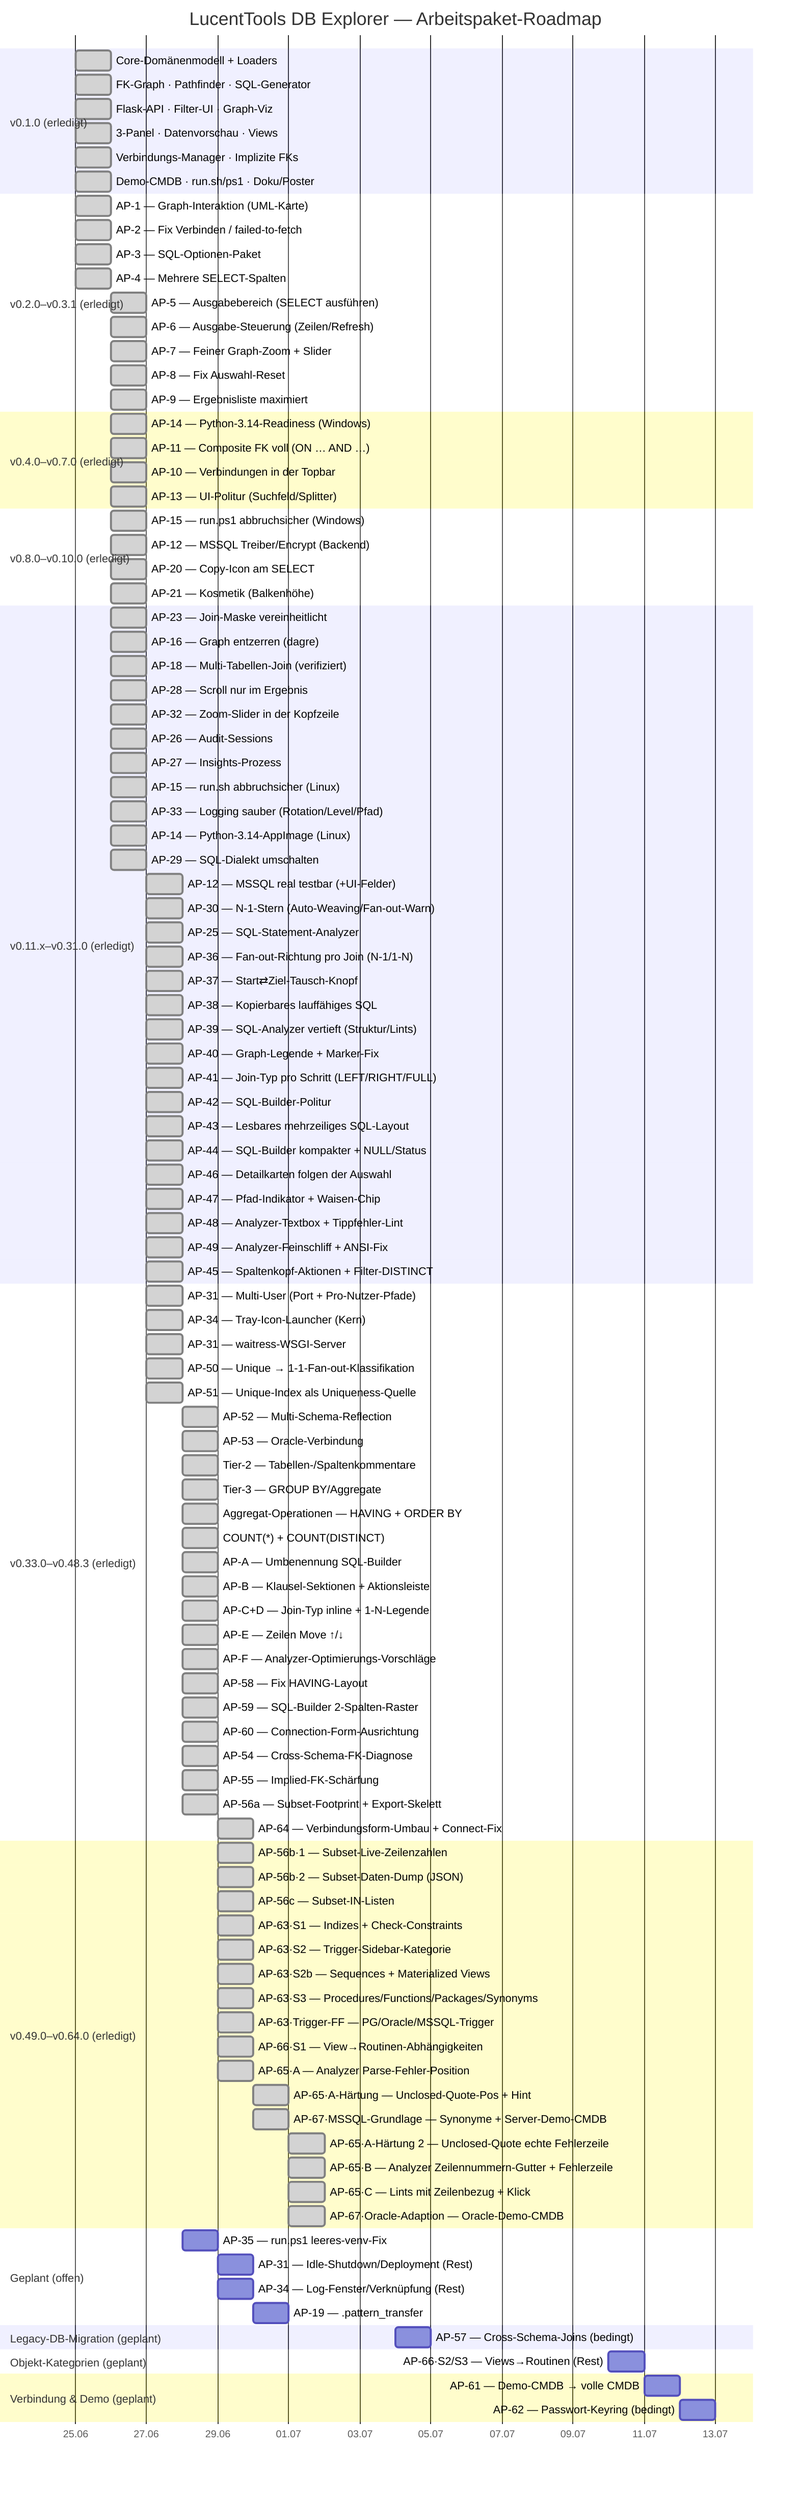
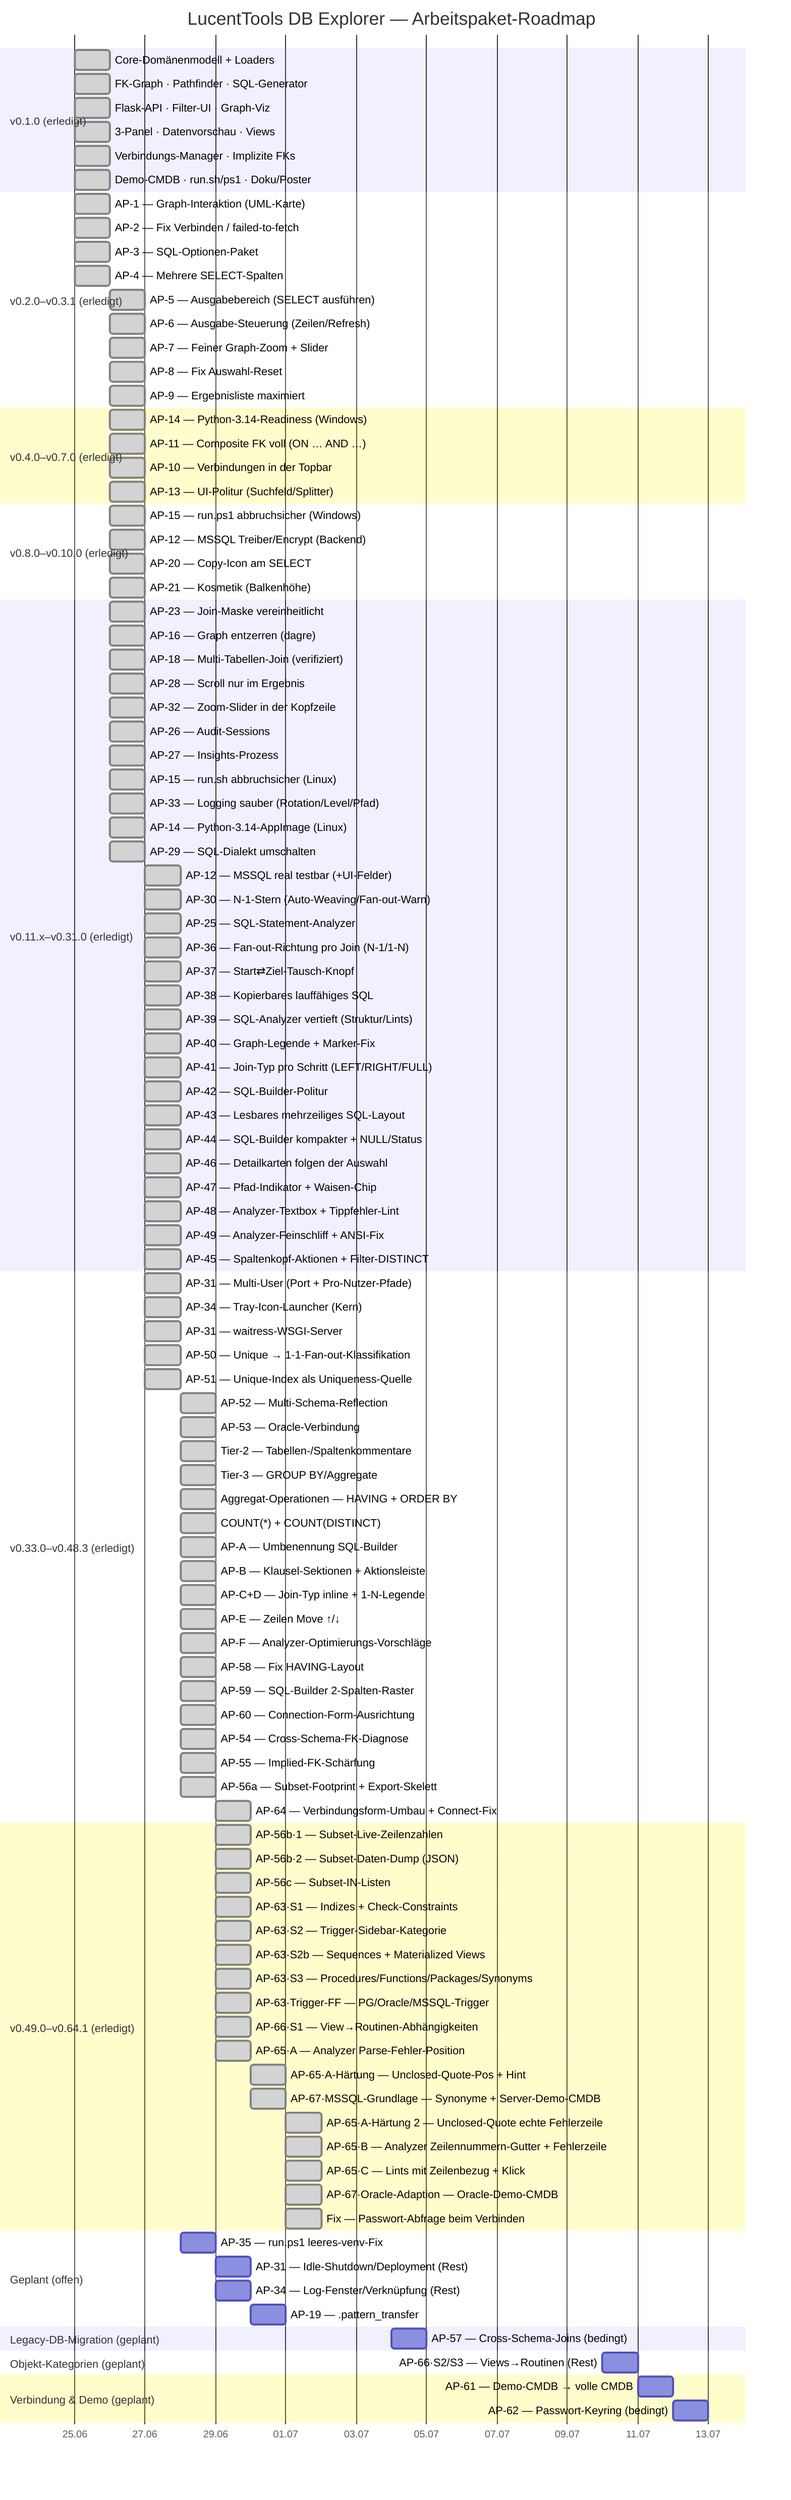
gantt
    title LucentTools DB Explorer — Arbeitspaket-Roadmap
    dateFormat  YYYY-MM-DD
    axisFormat  %d.%m

    section v0.1.0 (erledigt)
    Core-Domänenmodell + Loaders          :done, d1, 2026-06-25, 1d
    FK-Graph · Pathfinder · SQL-Generator :done, d2, 2026-06-25, 1d
    Flask-API · Filter-UI · Graph-Viz     :done, d3, 2026-06-25, 1d
    3-Panel · Datenvorschau · Views       :done, d4, 2026-06-25, 1d
    Verbindungs-Manager · Implizite FKs   :done, d5, 2026-06-25, 1d
    Demo-CMDB · run.sh/ps1 · Doku/Poster  :done, d6, 2026-06-25, 1d

    section v0.2.0–v0.3.1 (erledigt)
    AP-1 — Graph-Interaktion (UML-Karte)        :done, a1, 2026-06-25, 1d
    AP-2 — Fix Verbinden / failed-to-fetch      :done, a2, 2026-06-25, 1d
    AP-3 — SQL-Optionen-Paket                   :done, a3, 2026-06-25, 1d
    AP-4 — Mehrere SELECT-Spalten               :done, a4, 2026-06-25, 1d
    AP-5 — Ausgabebereich (SELECT ausführen)    :done, a5, 2026-06-26, 1d
    AP-6 — Ausgabe-Steuerung (Zeilen/Refresh)   :done, a6, 2026-06-26, 1d
    AP-7 — Feiner Graph-Zoom + Slider           :done, a7, 2026-06-26, 1d
    AP-8 — Fix Auswahl-Reset                    :done, a8, 2026-06-26, 1d
    AP-9 — Ergebnisliste maximiert              :done, a9, 2026-06-26, 1d

    section v0.4.0–v0.7.0 (erledigt)
    AP-14 — Python-3.14-Readiness (Windows)     :done, b1, 2026-06-26, 1d
    AP-11 — Composite FK voll (ON … AND …)      :done, b2, 2026-06-26, 1d
    AP-10 — Verbindungen in der Topbar          :done, b3, 2026-06-26, 1d
    AP-13 — UI-Politur (Suchfeld/Splitter)      :done, b4, 2026-06-26, 1d

    section v0.8.0–v0.10.0 (erledigt)
    AP-15 — run.ps1 abbruchsicher (Windows)     :done, c1, 2026-06-26, 1d
    AP-12 — MSSQL Treiber/Encrypt (Backend)     :done, c2, 2026-06-26, 1d
    AP-20 — Copy-Icon am SELECT                 :done, c3, 2026-06-26, 1d
    AP-21 — Kosmetik (Balkenhöhe)               :done, c4, 2026-06-26, 1d

    section v0.11.x–v0.31.0 (erledigt)
    AP-23 — Join-Maske vereinheitlicht          :done, e1, 2026-06-26, 1d
    AP-16 — Graph entzerren (dagre)             :done, e2, 2026-06-26, 1d
    AP-18 — Multi-Tabellen-Join (verifiziert)   :done, e3, 2026-06-26, 1d
    AP-28 — Scroll nur im Ergebnis              :done, e4, 2026-06-26, 1d
    AP-32 — Zoom-Slider in der Kopfzeile        :done, e5, 2026-06-26, 1d
    AP-26 — Audit-Sessions                      :done, e6, 2026-06-26, 1d
    AP-27 — Insights-Prozess                    :done, e7, 2026-06-26, 1d
    AP-15 — run.sh abbruchsicher (Linux)        :done, e8, 2026-06-26, 1d
    AP-33 — Logging sauber (Rotation/Level/Pfad) :done, e9, 2026-06-26, 1d
    AP-14 — Python-3.14-AppImage (Linux)         :done, e10, 2026-06-26, 1d
    AP-29 — SQL-Dialekt umschalten               :done, e11, 2026-06-26, 1d
    AP-12 — MSSQL real testbar (+UI-Felder)      :done, e12, 2026-06-27, 1d
    AP-30 — N-1-Stern (Auto-Weaving/Fan-out-Warn) :done, e13, 2026-06-27, 1d
    AP-25 — SQL-Statement-Analyzer               :done, e14, 2026-06-27, 1d
    AP-36 — Fan-out-Richtung pro Join (N-1/1-N)  :done, e15, 2026-06-27, 1d
    AP-37 — Start⇄Ziel-Tausch-Knopf              :done, e16, 2026-06-27, 1d
    AP-38 — Kopierbares lauffähiges SQL          :done, e17, 2026-06-27, 1d
    AP-39 — SQL-Analyzer vertieft (Struktur/Lints) :done, e18, 2026-06-27, 1d
    AP-40 — Graph-Legende + Marker-Fix           :done, e19, 2026-06-27, 1d
    AP-41 — Join-Typ pro Schritt (LEFT/RIGHT/FULL) :done, e20, 2026-06-27, 1d
    AP-42 — SQL-Builder-Politur                 :done, e21, 2026-06-27, 1d
    AP-43 — Lesbares mehrzeiliges SQL-Layout      :done, e22, 2026-06-27, 1d
    AP-44 — SQL-Builder kompakter + NULL/Status :done, e23, 2026-06-27, 1d
    AP-46 — Detailkarten folgen der Auswahl       :done, e24, 2026-06-27, 1d
    AP-47 — Pfad-Indikator + Waisen-Chip         :done, e25, 2026-06-27, 1d
    AP-48 — Analyzer-Textbox + Tippfehler-Lint   :done, e26, 2026-06-27, 1d
    AP-49 — Analyzer-Feinschliff + ANSI-Fix       :done, e27, 2026-06-27, 1d
    AP-45 — Spaltenkopf-Aktionen + Filter-DISTINCT :done, e28, 2026-06-27, 1d

    section v0.33.0–v0.48.3 (erledigt)
    AP-31 — Multi-User (Port + Pro-Nutzer-Pfade) :done, f1, 2026-06-27, 1d
    AP-34 — Tray-Icon-Launcher (Kern)            :done, f2, 2026-06-27, 1d
    AP-31 — waitress-WSGI-Server                 :done, f3, 2026-06-27, 1d
    AP-50 — Unique → 1-1-Fan-out-Klassifikation  :done, f4, 2026-06-27, 1d
    AP-51 — Unique-Index als Uniqueness-Quelle   :done, f5, 2026-06-27, 1d
    AP-52 — Multi-Schema-Reflection              :done, f6, 2026-06-28, 1d
    AP-53 — Oracle-Verbindung                    :done, f7, 2026-06-28, 1d
    Tier-2 — Tabellen-/Spaltenkommentare         :done, f8, 2026-06-28, 1d
    Tier-3 — GROUP BY/Aggregate                  :done, f9, 2026-06-28, 1d
    Aggregat-Operationen — HAVING + ORDER BY     :done, f10, 2026-06-28, 1d
    COUNT(*) + COUNT(DISTINCT)                   :done, f11, 2026-06-28, 1d
    AP-A — Umbenennung SQL-Builder               :done, f12, 2026-06-28, 1d
    AP-B — Klausel-Sektionen + Aktionsleiste     :done, f13, 2026-06-28, 1d
    AP-C+D — Join-Typ inline + 1-N-Legende       :done, f14, 2026-06-28, 1d
    AP-E — Zeilen Move ↑/↓                        :done, f15, 2026-06-28, 1d
    AP-F — Analyzer-Optimierungs-Vorschläge      :done, f16, 2026-06-28, 1d
    AP-58 — Fix HAVING-Layout                    :done, f17, 2026-06-28, 1d
    AP-59 — SQL-Builder 2-Spalten-Raster        :done, f18, 2026-06-28, 1d
    AP-60 — Connection-Form-Ausrichtung         :done, f19, 2026-06-28, 1d
    AP-54 — Cross-Schema-FK-Diagnose            :done, f20, 2026-06-28, 1d
    AP-55 — Implied-FK-Schärfung                :done, f21, 2026-06-28, 1d
    AP-56a — Subset-Footprint + Export-Skelett   :done, f22, 2026-06-28, 1d
    AP-64 — Verbindungsform-Umbau + Connect-Fix  :done, f23, 2026-06-29, 1d

-     section v0.49.0–v0.64.0 (erledigt)
+     section v0.49.0–v0.64.1 (erledigt)
    AP-56b·1 — Subset-Live-Zeilenzahlen         :done, f24, 2026-06-29, 1d
    AP-56b·2 — Subset-Daten-Dump (JSON)         :done, f25, 2026-06-29, 1d
    AP-56c — Subset-IN-Listen                   :done, f26, 2026-06-29, 1d
    AP-63·S1 — Indizes + Check-Constraints      :done, f27, 2026-06-29, 1d
    AP-63·S2 — Trigger-Sidebar-Kategorie        :done, f28, 2026-06-29, 1d
    AP-63·S2b — Sequences + Materialized Views  :done, f29, 2026-06-29, 1d
    AP-63·S3 — Procedures/Functions/Packages/Synonyms :done, f30, 2026-06-29, 1d
    AP-63·Trigger-FF — PG/Oracle/MSSQL-Trigger  :done, f31, 2026-06-29, 1d
    AP-66·S1 — View→Routinen-Abhängigkeiten     :done, f32, 2026-06-29, 1d
    AP-65·A — Analyzer Parse-Fehler-Position    :done, f33, 2026-06-29, 1d
    AP-65·A-Härtung — Unclosed-Quote-Pos + Hint :done, f34, 2026-06-30, 1d
    AP-67·MSSQL-Grundlage — Synonyme + Server-Demo-CMDB :done, f35, 2026-06-30, 1d
    AP-65·A-Härtung 2 — Unclosed-Quote echte Fehlerzeile :done, f36, 2026-07-01, 1d
    AP-65·B — Analyzer Zeilennummern-Gutter + Fehlerzeile :done, f37, 2026-07-01, 1d
    AP-65·C — Lints mit Zeilenbezug + Klick :done, f38, 2026-07-01, 1d
    AP-67·Oracle-Adaption — Oracle-Demo-CMDB :done, f39, 2026-07-01, 1d
+     Fix — Passwort-Abfrage beim Verbinden :done, f40, 2026-07-01, 1d

    section Geplant (offen)
    AP-35 — run.ps1 leeres-venv-Fix             :p3, 2026-06-28, 1d
    AP-31 — Idle-Shutdown/Deployment (Rest)     :p5, 2026-06-29, 1d
    AP-34 — Log-Fenster/Verknüpfung (Rest)      :p6, 2026-06-29, 1d
    AP-19 — .pattern_transfer                   :p11, 2026-06-30, 1d

    section Legacy-DB-Migration (geplant)
    AP-57 — Cross-Schema-Joins (bedingt)        :p23, 2026-07-04, 1d

    section Objekt-Kategorien (geplant)
    AP-66·S2/S3 — Views→Routinen (Rest)         :p33, 2026-07-10, 1d

    section Analyzer-Tiefe (geplant)

    section Verbindung & Demo (geplant)
    AP-61 — Demo-CMDB → volle CMDB              :p41, 2026-07-11, 1d
    AP-62 — Passwort-Keyring (bedingt)          :p42, 2026-07-12, 1d
